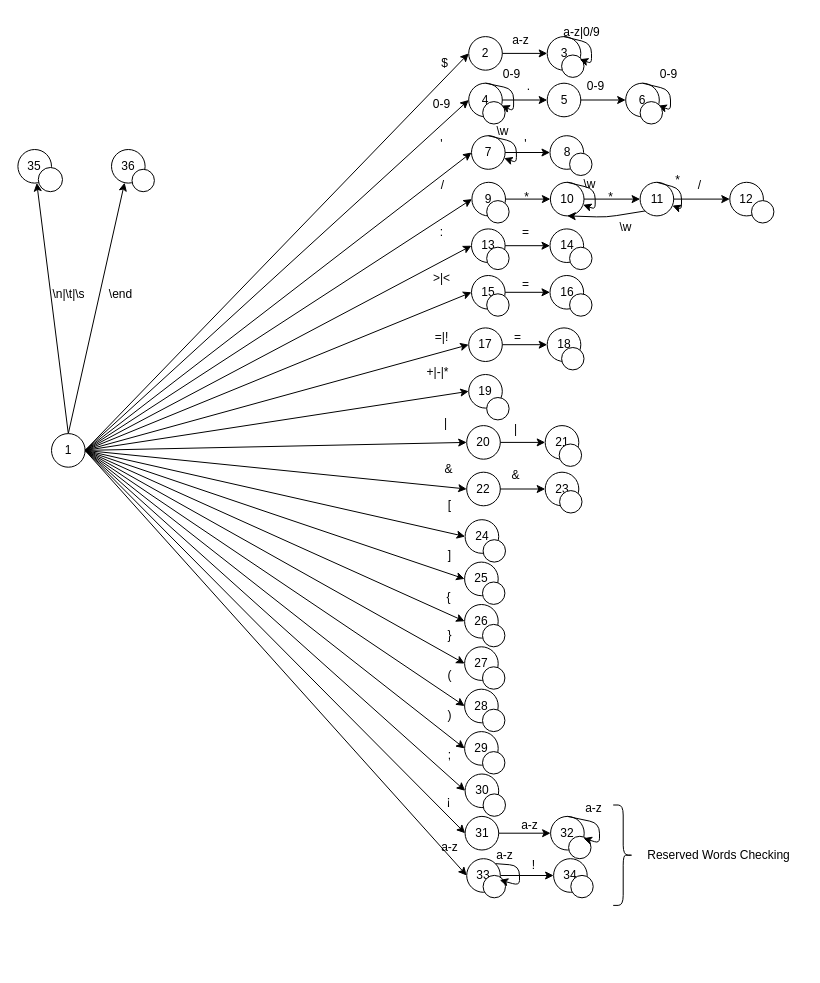
The draw.io diagram LexicalAnalizer.drawio in Juancho1s/Compilers_Interpreters, before the edit. Source tidied: cells renumbered, new cells numbered last; positions are measured from the earlier drawing's top-left corner, leaving out a move shared by most shapes. Both pictures are drawn from the tidied source at 100%, with x=0, y=0 at pixel (17, 17).
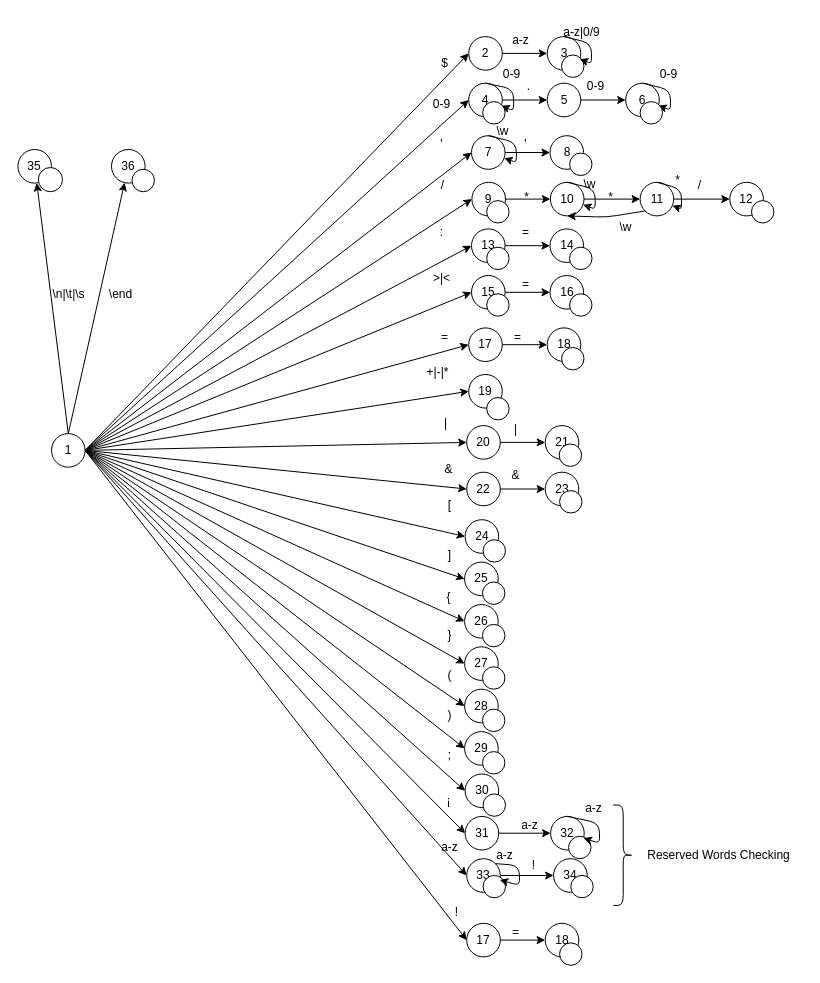
The same diagram, later.

Commit message (it also covers changes not shown here):
Tokens and syntactic analizer initialization

Unchanged cells that the change refers to:
```xml
<mxCell id="84" value="1" style="ellipse;whiteSpace=wrap;html=1;flipV=1;" parent="1" vertex="1">
  <mxGeometry x="34" y="416.1" width="33.6" height="33.6" as="geometry" />
</mxCell>
```

Diff of the diagram source:
```diff
@@
+    <mxCell id="154" style="edgeStyle=none;html=1;exitX=1;exitY=0.5;exitDx=0;exitDy=0;entryX=0;entryY=0.5;entryDx=0;entryDy=0;" parent="1" edge="1" source="84" target="155">
+      <mxGeometry relative="1" as="geometry" />
+    </mxCell>
@@
-    <mxCell id="88" value="=|!" style="text;html=1;align=center;verticalAlign=middle;strokeColor=none;fillColor=none;" parent="1" vertex="1">
-      <mxGeometry x="403.6" y="304.6" width="40" height="30" as="geometry" />
+    <mxCell id="88" value="=" style="text;html=1;align=center;verticalAlign=middle;strokeColor=none;fillColor=none;" parent="1" vertex="1">
+      <mxGeometry x="412" y="304.6" width="30" height="30" as="geometry" />
     </mxCell>
@@
+    <mxCell id="155" value="17" style="ellipse;whiteSpace=wrap;html=1;flipV=1;" parent="1" vertex="1">
+      <mxGeometry x="449.2" y="905.8" width="33.6" height="33.6" as="geometry" />
+    </mxCell>
+    <mxCell id="156" value="18" style="ellipse;whiteSpace=wrap;html=1;flipV=1;" parent="1" vertex="1">
+      <mxGeometry x="527.7" y="905.8" width="33.6" height="33.6" as="geometry" />
+    </mxCell>
+    <mxCell id="157" style="edgeStyle=none;html=1;exitX=1;exitY=0.5;exitDx=0;exitDy=0;entryX=0;entryY=0.5;entryDx=0;entryDy=0;" parent="1" edge="1" source="155" target="156">
+      <mxGeometry relative="1" as="geometry" />
+    </mxCell>
+    <mxCell id="158" style="ellipse;whiteSpace=wrap;html=1;flipV=1;" parent="1" vertex="1">
+      <mxGeometry x="542.1" y="925.4" width="22.4" height="22.4" as="geometry" />
+    </mxCell>
+    <mxCell id="159" value="=" style="text;html=1;align=center;verticalAlign=middle;strokeColor=none;fillColor=none;" parent="1" vertex="1">
+      <mxGeometry x="482.9" y="900" width="30" height="30" as="geometry" />
+    </mxCell>
+    <mxCell id="160" value="!" style="text;html=1;align=center;verticalAlign=middle;strokeColor=none;fillColor=none;" parent="1" vertex="1">
+      <mxGeometry x="424" y="880.3" width="30" height="30" as="geometry" />
+    </mxCell>
```
